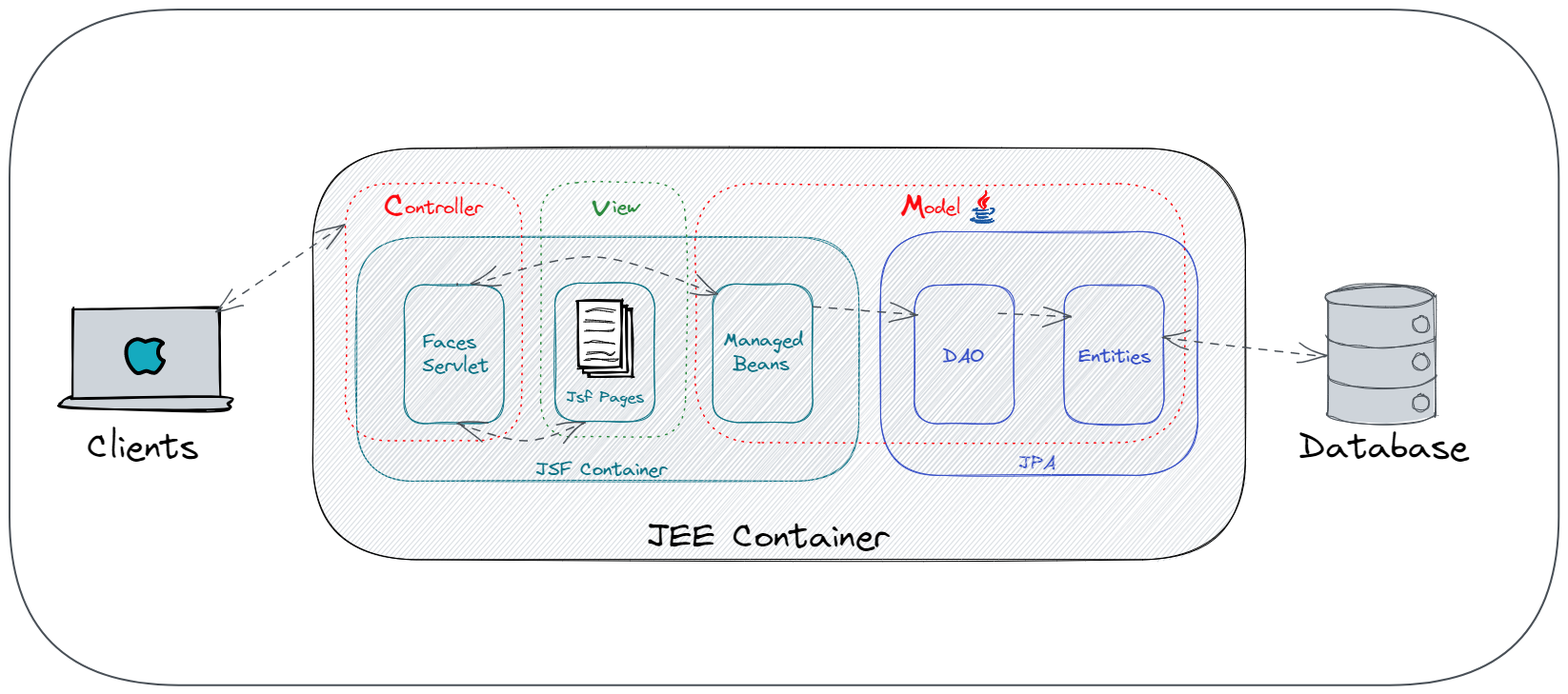
Earlier version of the Excalidraw export MVC.excalidraw.png (malouu/Diag_JEE). Source tidied: one line per element, renumbered; positions are measured from the earlier drawing's top-left corner, leaving out a move shared by most shapes.
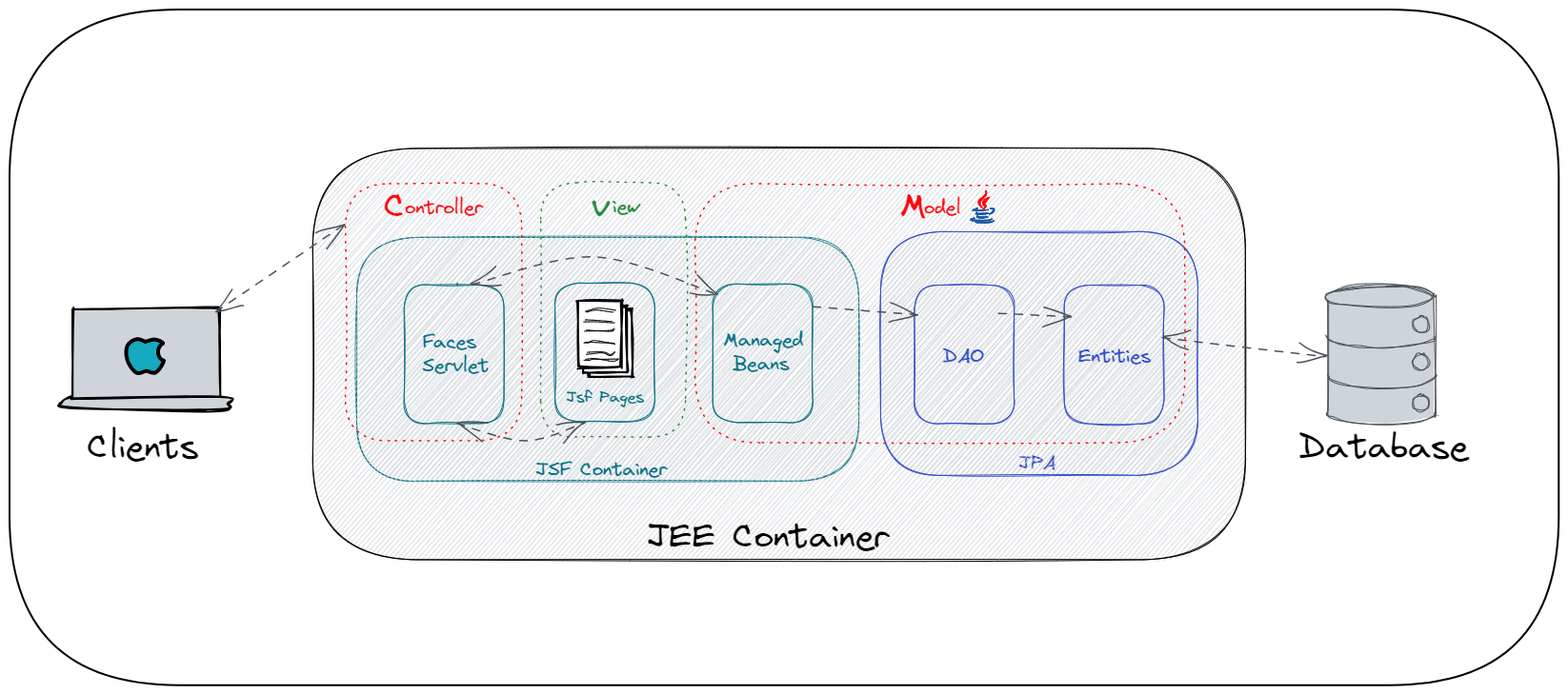
After the commit.

Change to the diagram source:
```diff
@@ -60,4 +60,4 @@
 {"id": 59, "type": "text", "text": "Clients", "strokeColor": "#000000", "backgroundColor": "#ced4da", "fillStyle": "hachure", "strokeWidth": 1, "strokeStyle": "dashed", "roughness": 1, "fontSize": 36, "fontFamily": 1, "x": 82, "y": 438, "width": 119, "height": 46}
 {"id": 60, "type": "text", "text": "Database", "strokeColor": "#000000", "backgroundColor": "#ced4da", "fillStyle": "hachure", "strokeWidth": 1, "strokeStyle": "dashed", "roughness": 1, "fontSize": 36, "fontFamily": 1, "x": 1354, "y": 438, "width": 180, "height": 46}
 {"id": 61, "type": "arrow", "strokeColor": "#495057", "backgroundColor": "#ced4da", "fillStyle": "hachure", "strokeWidth": 1, "strokeStyle": "dashed", "roughness": 1, "startArrowhead": "arrow", "endArrowhead": "arrow", "from": 42, "to": 33, "x": 216, "y": 318, "width": 135, "height": 93, "points": [[0, 0], [135, -93]]}
-{"id": 62, "type": "rectangle", "strokeColor": "#495057", "strokeWidth": 2, "roughness": 0, "x": 0, "y": 0, "width": 1626, "height": 710}
+{"id": 62, "type": "rectangle", "strokeColor": "#000000", "strokeWidth": 2, "roughness": 0, "x": 0, "y": 0, "width": 1626, "height": 710}
```
